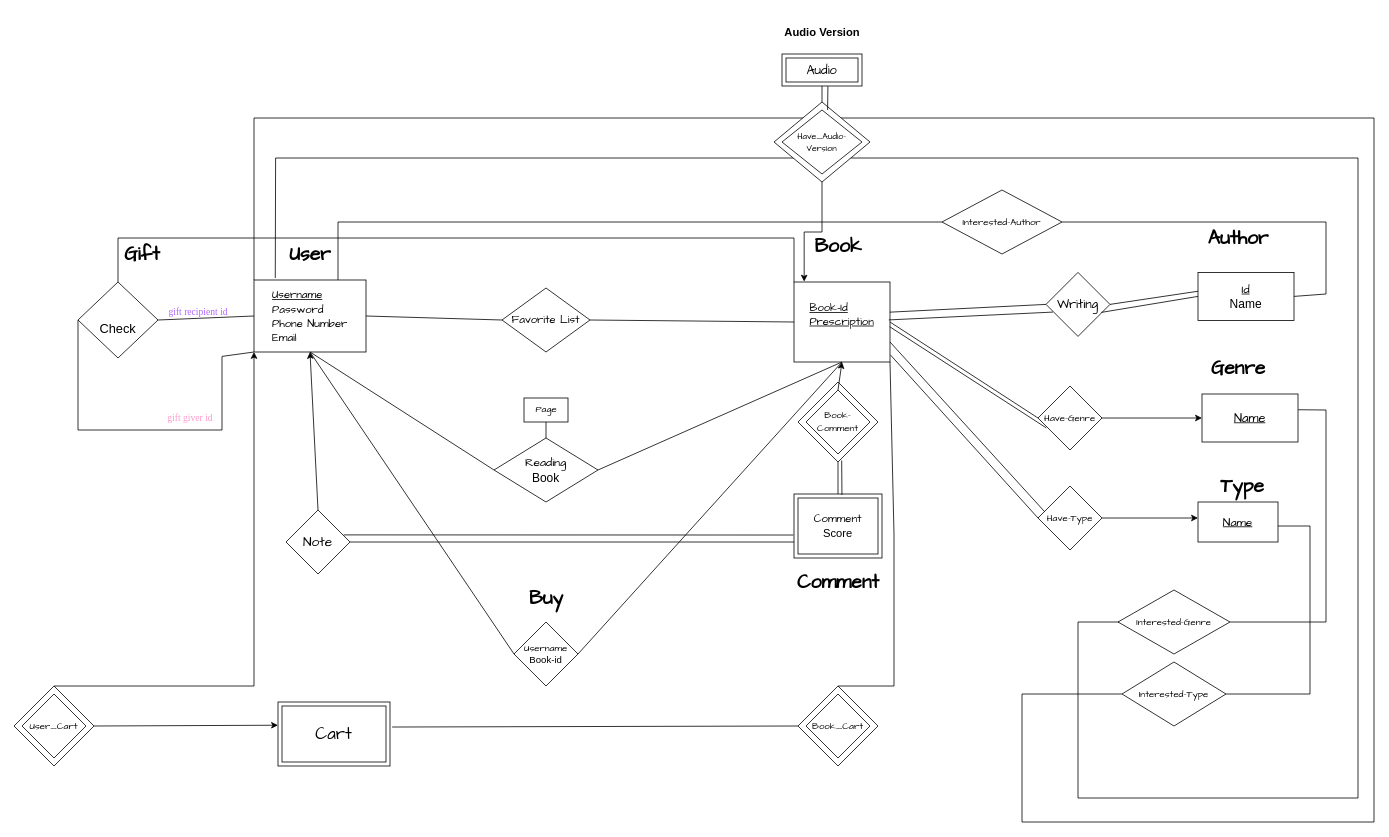
Above: Untitled Diagram.drawio in fatemehprb/ER-Diagram (draw.io), before the change. Source tidied: cells renumbered, new cells numbered last; positions are measured from the earlier drawing's top-left corner, leaving out a move shared by most shapes. Both pictures are drawn from the tidied source at 80%, with x=0, y=0 at pixel (14, 14).
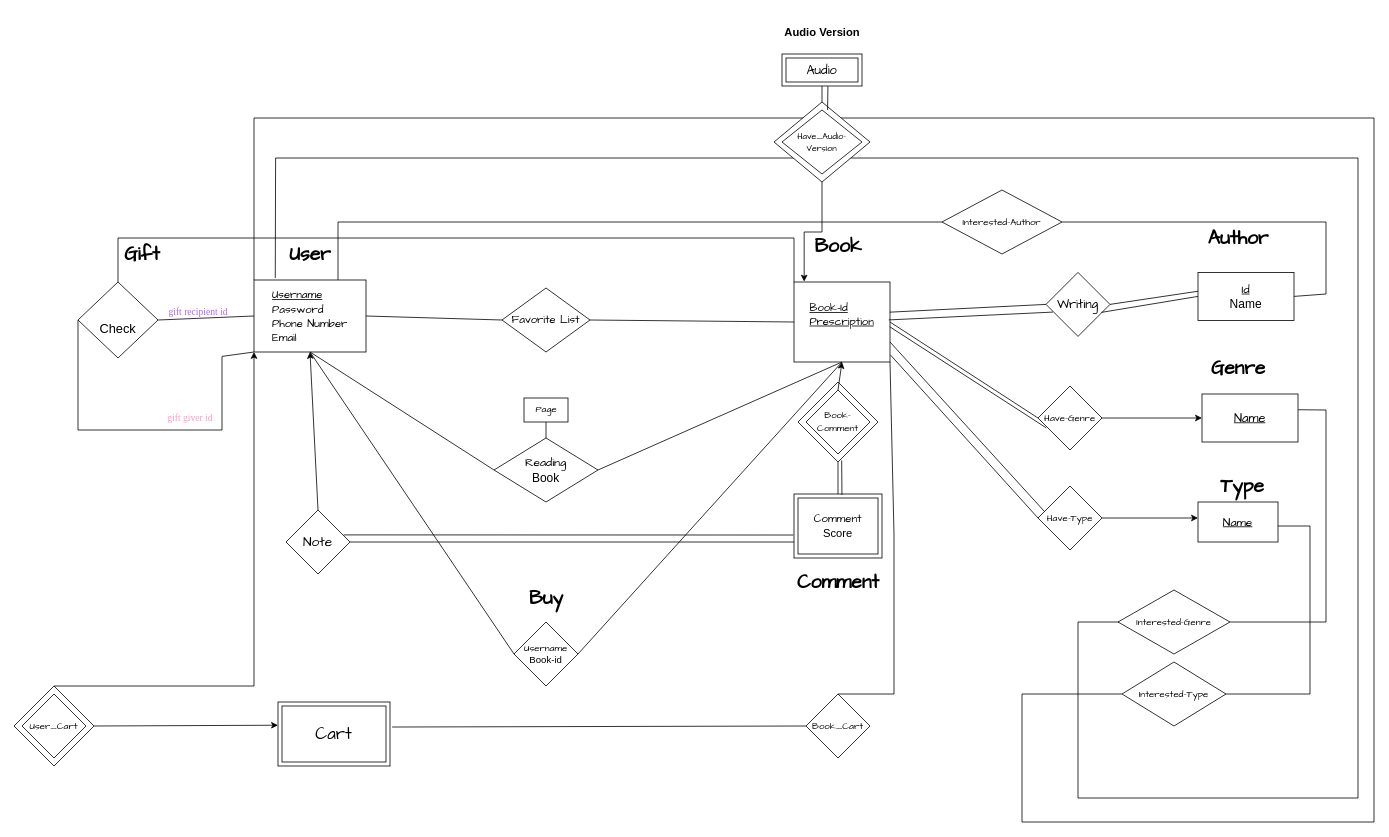
After the change.

Commit message:
cart entity was changed

Unchanged cells that the change refers to:
```xml
<mxCell id="12" value="&lt;div align=&quot;left&quot; style=&quot;font-size: 14px;&quot;&gt;&lt;font style=&quot;font-size: 14px;&quot;&gt;&lt;u&gt;Book-Id&lt;/u&gt;&lt;/font&gt;&lt;/div&gt;&lt;div align=&quot;left&quot; style=&quot;font-size: 14px;&quot;&gt;&lt;font style=&quot;font-size: 14px;&quot;&gt;&lt;u&gt;Prescription&lt;/u&gt;&lt;/font&gt;&lt;/div&gt;&lt;div align=&quot;left&quot; style=&quot;font-size: 14px;&quot;&gt;&lt;font style=&quot;font-size: 14px;&quot;&gt;&lt;u&gt;&lt;br&gt;&lt;/u&gt;&lt;/font&gt;&lt;/div&gt;" style="rounded=0;whiteSpace=wrap;html=1;fontFamily=Comic Sans MS;" parent="1" vertex="1">
  <mxGeometry x="975" y="335" width="120" height="100" as="geometry" />
</mxCell>
<mxCell id="32" value="&lt;font style=&quot;font-size: 21px;&quot; face=&quot;Comic Sans MS&quot;&gt;Cart&lt;/font&gt;" style="shape=ext;margin=3;double=1;whiteSpace=wrap;html=1;align=center;" parent="1" vertex="1">
  <mxGeometry x="330" y="860" width="140" height="80" as="geometry" />
</mxCell>
<mxCell id="36" value="&lt;font face=&quot;Comic Sans MS&quot;&gt;Book_Cart&lt;/font&gt;" style="rhombus;whiteSpace=wrap;html=1;" parent="1" vertex="1">
  <mxGeometry x="990" y="850" width="80" height="80" as="geometry" />
</mxCell>
```

Diff of the diagram source:
```diff
@@
-    <mxCell id="6" style="rhombus;whiteSpace=wrap;html=1;" parent="1" vertex="1">
-      <mxGeometry x="980" y="840" width="100" height="100" as="geometry" />
-    </mxCell>
@@
-    <mxCell id="37" style="endArrow=none;html=1;rounded=0;exitX=1.019;exitY=0.391;exitDx=0;exitDy=0;entryX=0;entryY=0.5;entryDx=0;entryDy=0;exitPerimeter=0;" parent="1" edge="1" source="32" target="6">
+    <mxCell id="37" style="endArrow=none;html=1;rounded=0;exitX=1.019;exitY=0.391;exitDx=0;exitDy=0;entryX=0;entryY=0.5;entryDx=0;entryDy=0;exitPerimeter=0;" parent="1" edge="1" source="32" target="36">
       <mxGeometry relative="1" as="geometry" />
     </mxCell>
-    <mxCell id="38" style="endArrow=none;html=1;rounded=0;exitX=0.5;exitY=0;exitDx=0;exitDy=0;entryX=1;entryY=1;entryDx=0;entryDy=0;" parent="1" edge="1" source="6" target="12">
+    <mxCell id="38" style="endArrow=none;html=1;rounded=0;exitX=0.5;exitY=0;exitDx=0;exitDy=0;entryX=1;entryY=1;entryDx=0;entryDy=0;" parent="1" edge="1" source="36" target="12">
       <mxGeometry relative="1" as="geometry">
         <Array as="points">
-          <mxPoint x="1100" y="840" />
+          <mxPoint x="1100" y="850" />
           <mxPoint x="1100" y="650" />
         </Array>
       </mxGeometry>
     </mxCell>
```
